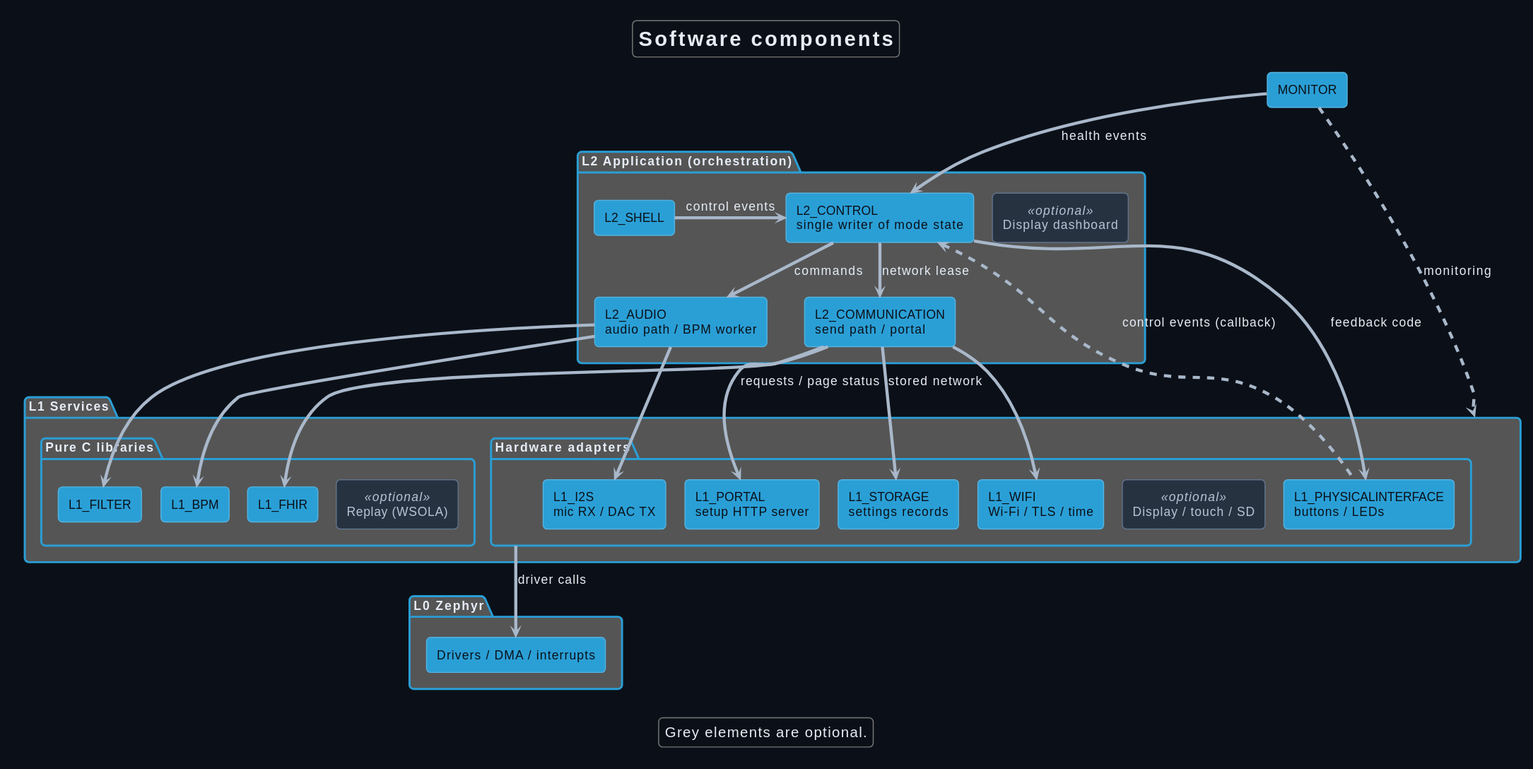
Before: Development/system/architecture/system/rendered/software_components.svg, a diagram exported from PlantUML (DemonicPsychoII/DigitalStethoscope). Its diagram source:
```plantuml
@startuml
!theme cyborg
!pragma layout smetana
skinparam shadowing false
skinparam backgroundColor #0b1018
skinparam defaultFontColor #e6edf7
skinparam ArrowColor #a9b8ca
skinparam component {
 FontColor #0b1018
 BackgroundColor<<optional>> #273241
 BorderColor<<optional>> #61738a
 FontColor<<optional>> #b8c4d4
}
skinparam artifact {
 BackgroundColor<<optional>> #273241
 BorderColor<<optional>> #61738a
 FontColor<<optional>> #b8c4d4
}
skinparam componentStyle rectangle
skinparam defaultFontName SansSerif
title Software components
top to bottom direction
component "MONITOR" as mon
package "L2 Application (orchestration)" as app {
 component "L2_SHELL" as shell
 component "L2_CONTROL\nsingle writer of mode state" as ctl
 component "L2_AUDIO\naudio path / BPM worker" as aud
 component "L2_COMMUNICATION\nsend path / portal" as com
 component "Display dashboard" as ui <<optional>>
 shell -[hidden]right-> ctl
 ctl -[hidden]right-> ui
}
package "L1 Services" as services {
 package "Hardware adapters" as adapters {
  component "L1_PHYSICALINTERFACE\nbuttons / LEDs" as phy
  component "L1_I2S\nmic RX / DAC TX" as i2s
  component "L1_WIFI\nWi-Fi / TLS / time" as wifi
  component "L1_PORTAL\nsetup HTTP server" as portal
  component "L1_STORAGE\nsettings records" as storage
  component "Display / touch / SD" as spi <<optional>>
  phy -[hidden]right-> i2s
  i2s -[hidden]right-> wifi
  wifi -[hidden]right-> spi
 }
 package "Pure C libraries" as libs {
  component "L1_FILTER" as filter
  component "L1_BPM" as bpm
  component "L1_FHIR" as fhir
  component "Replay (WSOLA)" as wsola <<optional>>
  filter -[hidden]right-> bpm
  bpm -[hidden]right-> fhir
  fhir -[hidden]right-> wsola
 }
}
package "L0 Zephyr" as platform {
 component "Drivers / DMA / interrupts" as zephyr
}
shell -right-> ctl : control events
ctl -down-> phy : feedback code
phy .up.> ctl : control events (callback)
ctl -down-> aud : commands
ctl -down-> com : network lease
aud -down-> i2s
aud -down-> filter
aud -down-> bpm
com -down-> fhir
com -down-> portal : requests / page status
com -down-> wifi
com -down-> storage : stored network
adapters -down-> zephyr : driver calls
mon -down-> ctl : health events
mon ..> services : monitoring
legend bottom
  Grey elements are optional.
endlegend
@enduml
```
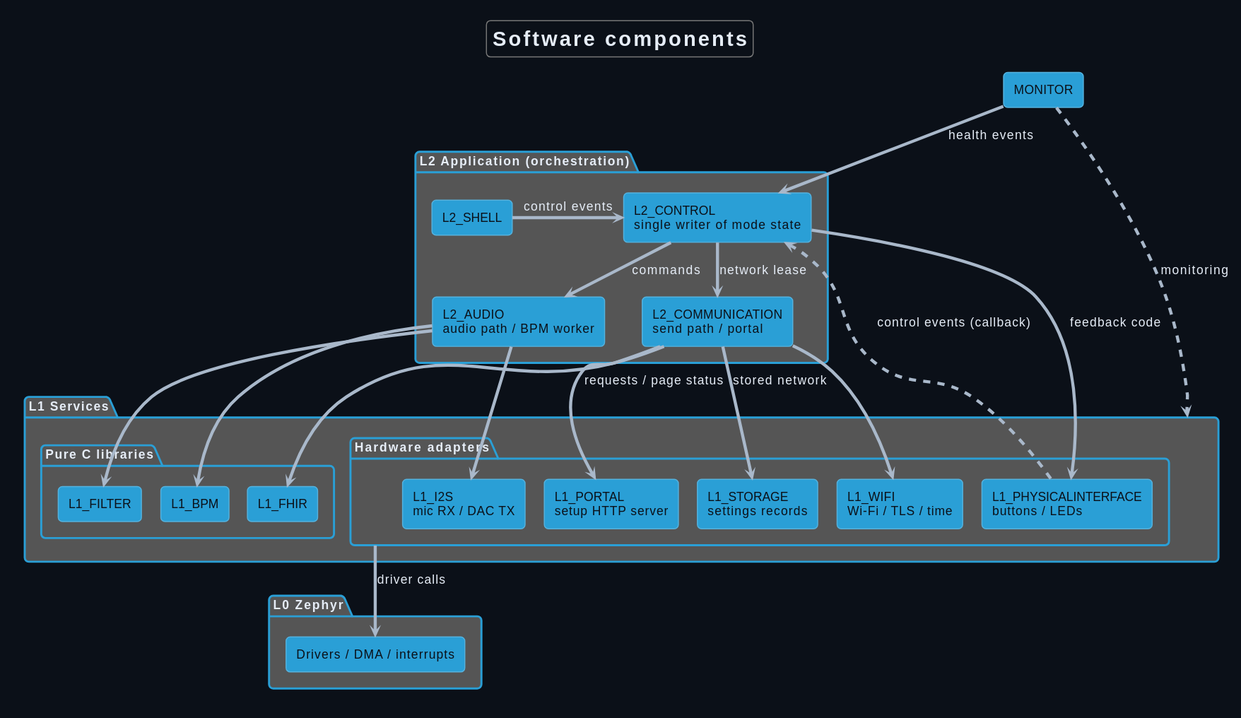
After the commit.

The edit, as a diff of the source:
```diff
@@ -26,9 +26,7 @@
  component "L2_CONTROL\nsingle writer of mode state" as ctl
  component "L2_AUDIO\naudio path / BPM worker" as aud
  component "L2_COMMUNICATION\nsend path / portal" as com
- component "Display dashboard" as ui <<optional>>
  shell -[hidden]right-> ctl
- ctl -[hidden]right-> ui
 }
 package "L1 Services" as services {
  package "Hardware adapters" as adapters {
@@ -37,19 +35,15 @@
   component "L1_WIFI\nWi-Fi / TLS / time" as wifi
   component "L1_PORTAL\nsetup HTTP server" as portal
   component "L1_STORAGE\nsettings records" as storage
-  component "Display / touch / SD" as spi <<optional>>
   phy -[hidden]right-> i2s
   i2s -[hidden]right-> wifi
-  wifi -[hidden]right-> spi
  }
  package "Pure C libraries" as libs {
   component "L1_FILTER" as filter
   component "L1_BPM" as bpm
   component "L1_FHIR" as fhir
-  component "Replay (WSOLA)" as wsola <<optional>>
   filter -[hidden]right-> bpm
   bpm -[hidden]right-> fhir
-  fhir -[hidden]right-> wsola
  }
 }
 package "L0 Zephyr" as platform {
@@ -70,7 +64,4 @@
 adapters -down-> zephyr : driver calls
 mon -down-> ctl : health events
 mon ..> services : monitoring
-legend bottom
-  Grey elements are optional.
-endlegend
 @enduml
```
